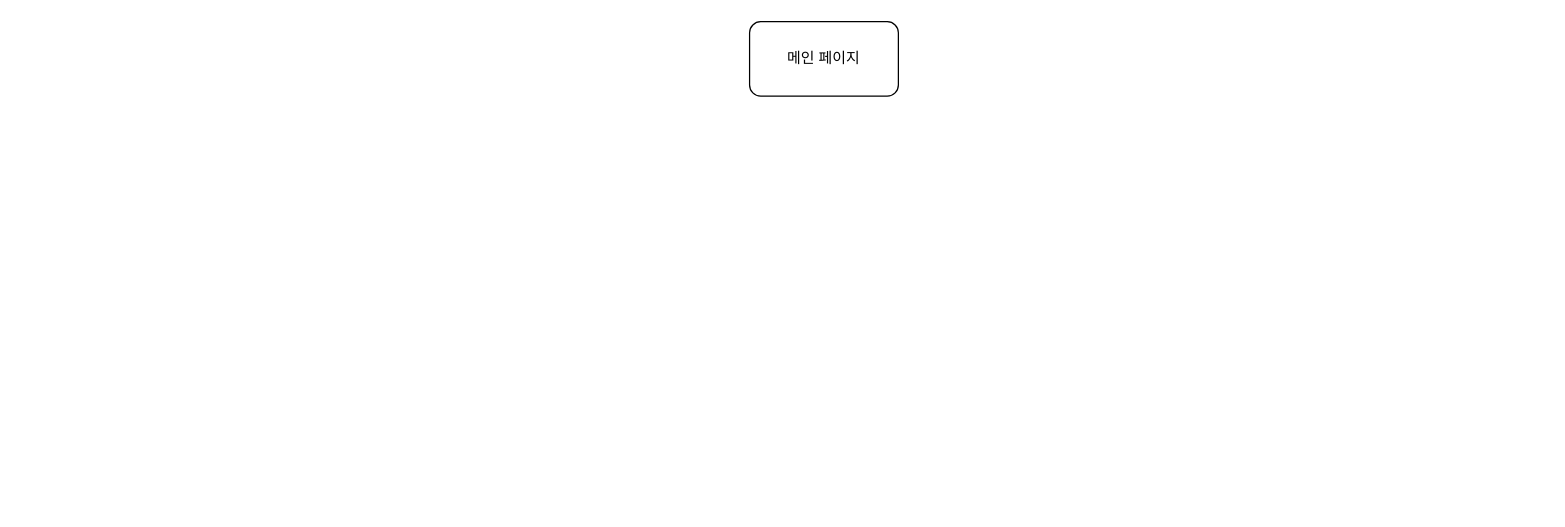
The draw.io diagram Diagram_yewon.drawio in eunjun9/semiproject, before the edit. Source tidied: cells renumbered, new cells numbered last; positions are measured from the earlier drawing's top-left corner, leaving out a move shared by most shapes. Both pictures are drawn from the tidied source at 124%, with x=0, y=0 at pixel (749, 21).
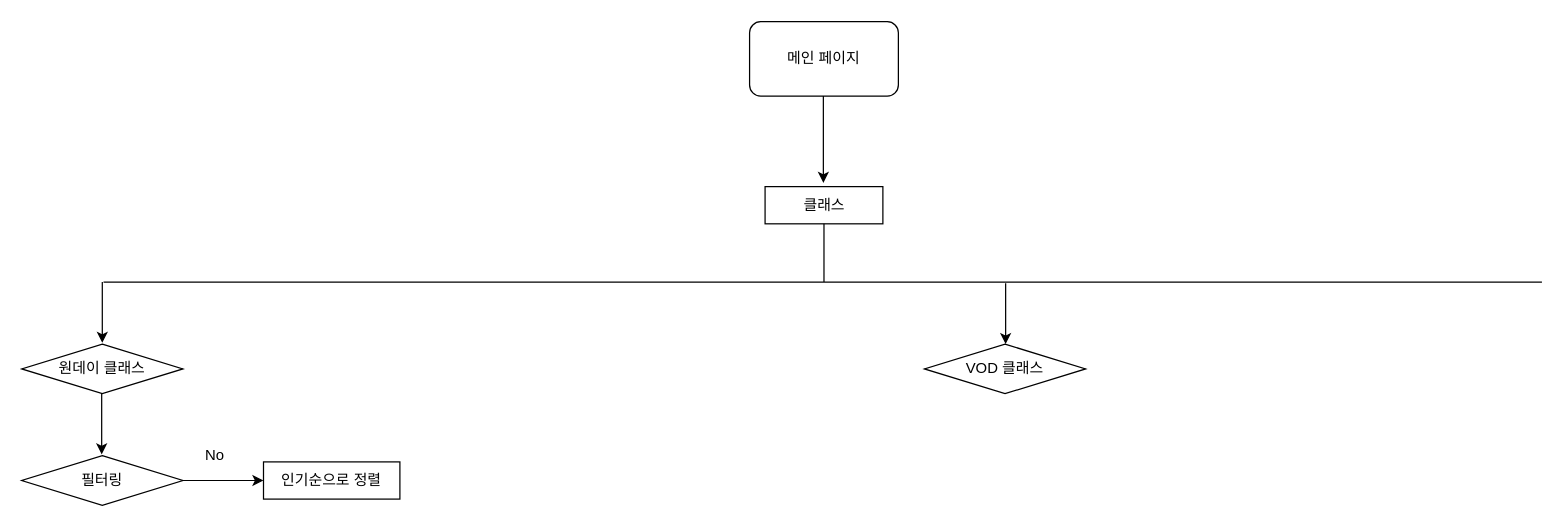
Above is the later version.

What changed in the source:
```diff
@@
+    <mxCell id="3" style="endArrow=classic;html=1;" parent="1" edge="1">
+      <mxGeometry relative="1" as="geometry">
+        <mxPoint x="59.5" y="60" as="sourcePoint" />
+        <mxPoint x="59.5" y="130" as="targetPoint" />
+      </mxGeometry>
+    </mxCell>
+    <mxCell id="4" value="클래스" style="rounded=0;whiteSpace=wrap;html=1;" parent="1" vertex="1">
+      <mxGeometry x="12.5" y="133" width="95" height="30" as="geometry" />
+    </mxCell>
+    <mxCell id="5" style="endArrow=none;html=1;entryX=0.5;entryY=1;entryDx=0;entryDy=0;" parent="1" edge="1" target="4">
+      <mxGeometry relative="1" as="geometry">
+        <mxPoint x="60" y="210" as="sourcePoint" />
+      </mxGeometry>
+    </mxCell>
+    <mxCell id="6" value="원데이 클래스" style="rhombus;whiteSpace=wrap;html=1;" parent="1" vertex="1">
+      <mxGeometry x="-587" y="260" width="130" height="40" as="geometry" />
+    </mxCell>
+    <mxCell id="7" value="VOD 클래스" style="rhombus;whiteSpace=wrap;html=1;" parent="1" vertex="1">
+      <mxGeometry x="141" y="260" width="130" height="40" as="geometry" />
+    </mxCell>
+    <mxCell id="8" style="endArrow=none;html=1;" parent="1" edge="1">
+      <mxGeometry relative="1" as="geometry">
+        <mxPoint x="-521" y="210" as="sourcePoint" />
+        <mxPoint x="639" y="210" as="targetPoint" />
+      </mxGeometry>
+    </mxCell>
+    <mxCell id="9" style="endArrow=classic;html=1;" parent="1" edge="1">
+      <mxGeometry relative="1" as="geometry">
+        <mxPoint x="-522" y="210" as="sourcePoint" />
+        <mxPoint x="-522" y="259" as="targetPoint" />
+      </mxGeometry>
+    </mxCell>
+    <mxCell id="10" style="endArrow=classic;html=1;" parent="1" edge="1">
+      <mxGeometry relative="1" as="geometry">
+        <mxPoint x="206.5" y="211" as="sourcePoint" />
+        <mxPoint x="206.5" y="260" as="targetPoint" />
+      </mxGeometry>
+    </mxCell>
+    <mxCell id="11" value="인기순으로 정렬" style="rounded=0;whiteSpace=wrap;html=1;" parent="1" vertex="1">
+      <mxGeometry x="-392" y="355" width="110" height="30" as="geometry" />
+    </mxCell>
+    <mxCell id="12" value="필터링" style="rhombus;whiteSpace=wrap;html=1;" parent="1" vertex="1">
+      <mxGeometry x="-587" y="350" width="130" height="40" as="geometry" />
+    </mxCell>
+    <mxCell id="13" style="endArrow=classic;html=1;" parent="1" edge="1">
+      <mxGeometry relative="1" as="geometry">
+        <mxPoint x="-522.5" y="300" as="sourcePoint" />
+        <mxPoint x="-522.5" y="349" as="targetPoint" />
+      </mxGeometry>
+    </mxCell>
+    <mxCell id="14" style="endArrow=classic;html=1;exitX=1;exitY=0.5;exitDx=0;exitDy=0;" parent="1" edge="1" source="12">
+      <mxGeometry relative="1" as="geometry">
+        <mxPoint x="-392" y="370" as="targetPoint" />
+      </mxGeometry>
+    </mxCell>
+    <mxCell id="15" value="No" style="text;html=1;strokeColor=none;fillColor=none;align=center;verticalAlign=middle;whiteSpace=wrap;rounded=0;" parent="1" vertex="1">
+      <mxGeometry x="-451" y="340" width="40" height="20" as="geometry" />
+    </mxCell>
```
